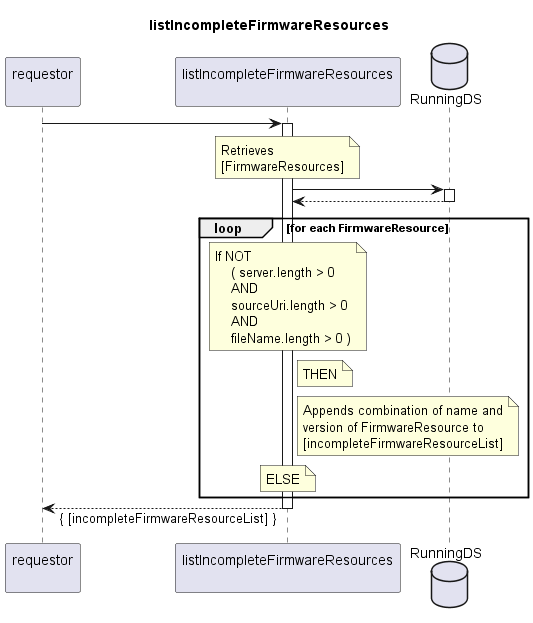
Before: spec/Services/listIncompleteFirmwareResources/1.0.0/listIncompleteFirmwareResources.png, a diagram exported from PlantUML (openBackhaul/FirmWareManager).
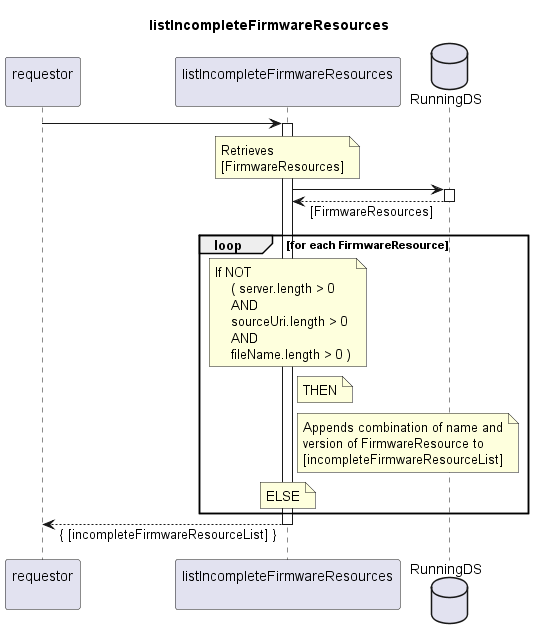
The same file after the commit.

Diff of the diagram source:
```diff
@@ -18,7 +18,7 @@
   end note
   indServ -> RunDS
   activate RunDS
-  indServ <-- RunDS
+  indServ <-- RunDS: [FirmwareResources]
   deactivate RunDS
 
   loop for each FirmwareResource
```
